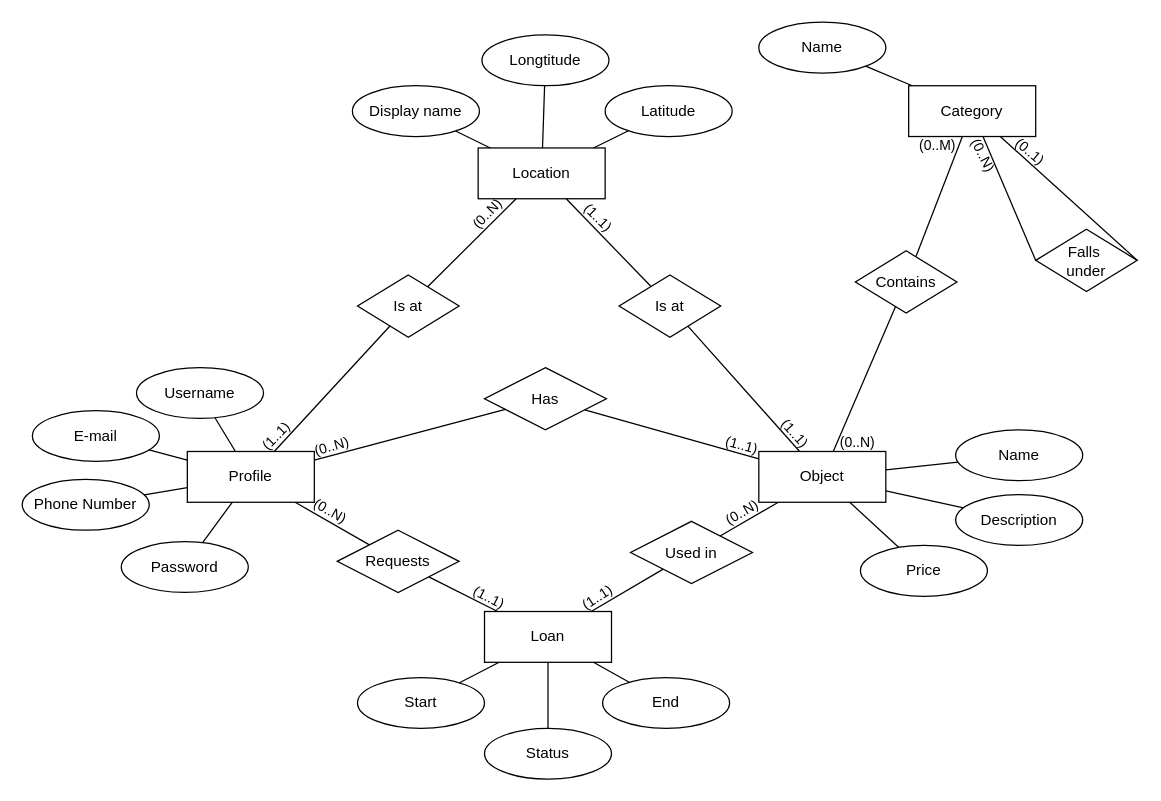
The draw.io diagram page "Conceptueel Model" (2 of 3) of analysis/Modellen.drawio in UCLL-Full-stack/project2425-group1-16, before the edit. Source tidied: cells renumbered, new cells numbered last; positions are measured from the earlier drawing's top-left corner, leaving out a move shared by most shapes. Both pictures are drawn from the tidied source at 127%, with x=0, y=0 at pixel (22, 22).
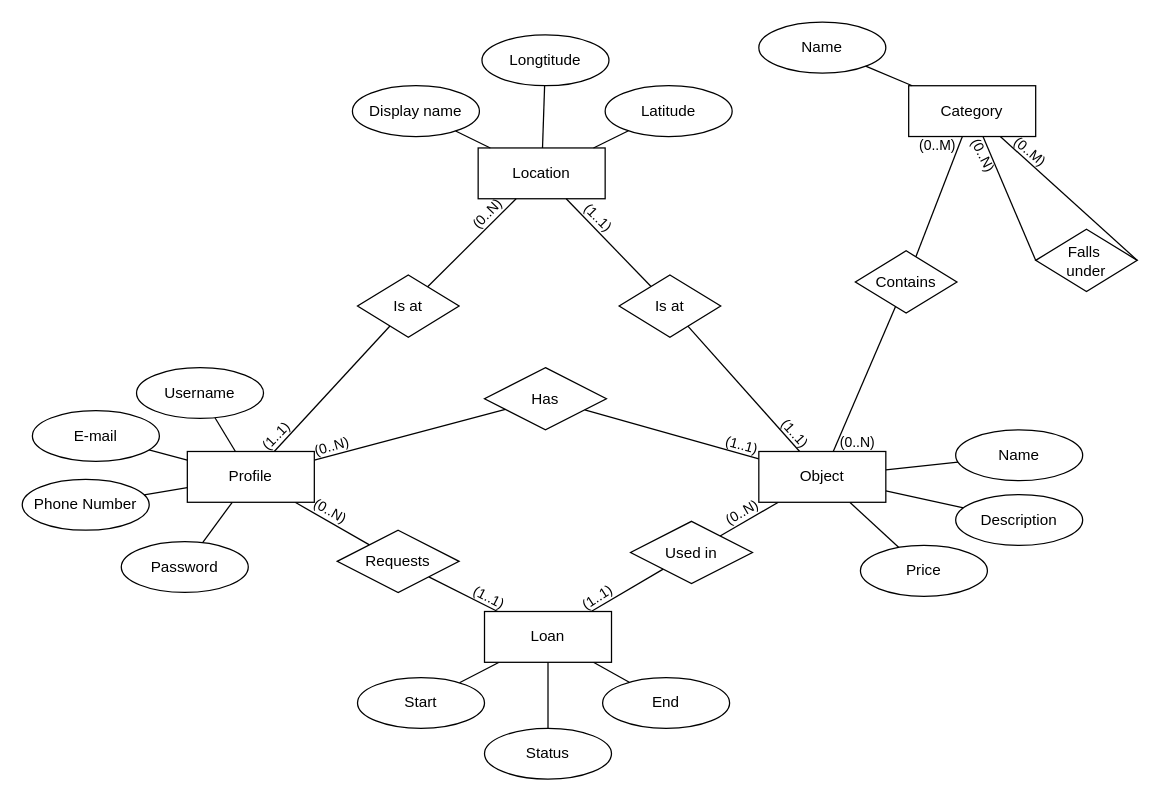
After the change.

Diff of the diagram source:
```diff
@@
-    <mxCell id="65" value="&lt;font style=&quot;font-size: 11px;&quot;&gt;(0..1)&lt;/font&gt;" style="text;html=1;align=center;verticalAlign=middle;whiteSpace=wrap;rounded=0;rotation=40;" parent="1" vertex="1">
+    <mxCell id="65" value="&lt;font style=&quot;font-size: 11px;&quot;&gt;(0..M)&lt;/font&gt;" style="text;html=1;align=center;verticalAlign=middle;whiteSpace=wrap;rounded=0;rotation=40;" parent="1" vertex="1">
       <mxGeometry x="784" y="92" width="20" height="20" as="geometry" />
     </mxCell>
```
